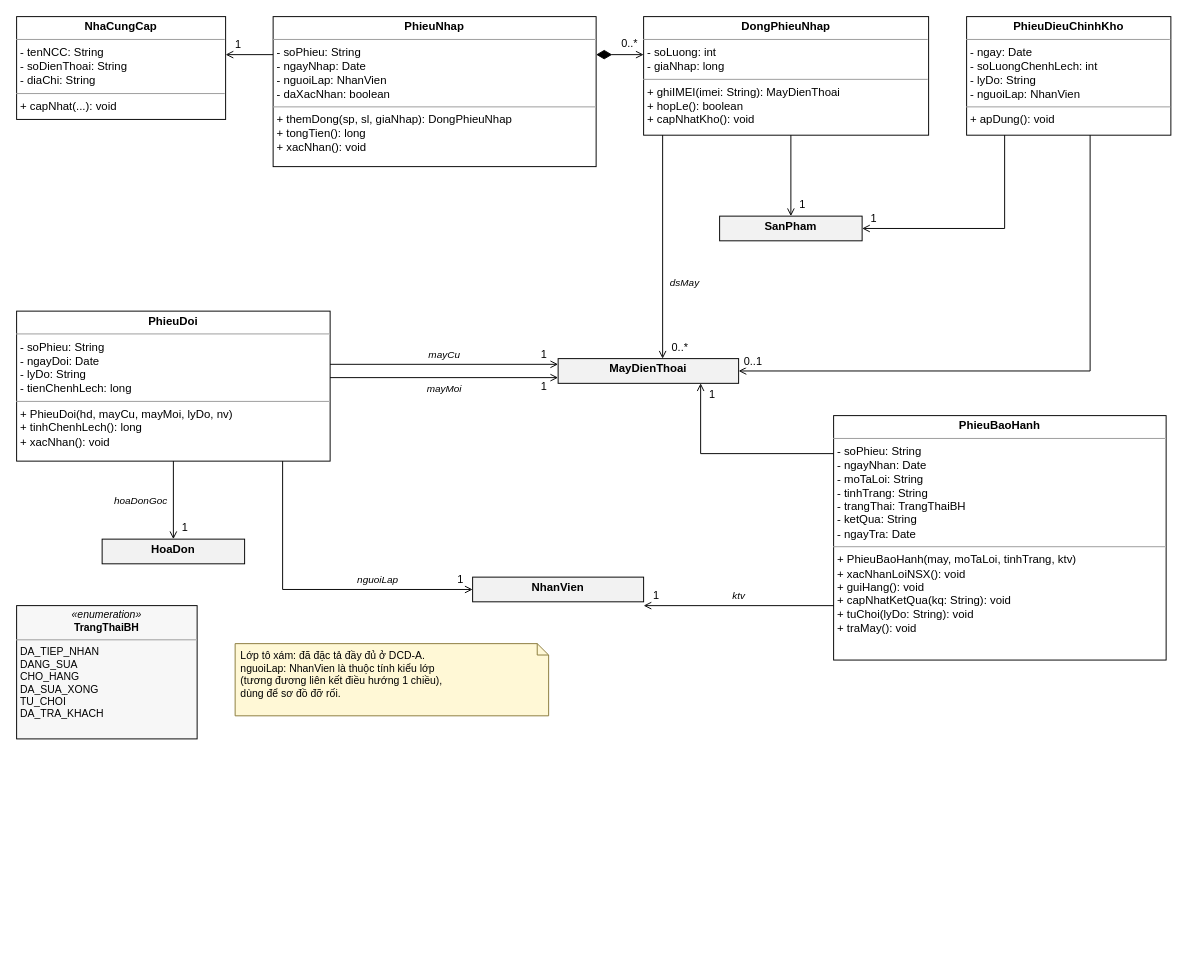
This is SoDo/10_DCD_NhapHang_SauBan.drawio from trungkien1407/OOP, a draw.io file, before an edit. Source tidied: cells renumbered, new cells numbered last; positions are measured from the earlier drawing's top-left corner, leaving out a move shared by most shapes. Both pictures are drawn from the tidied source at 95%, with x=0, y=0 at pixel (16, 16).
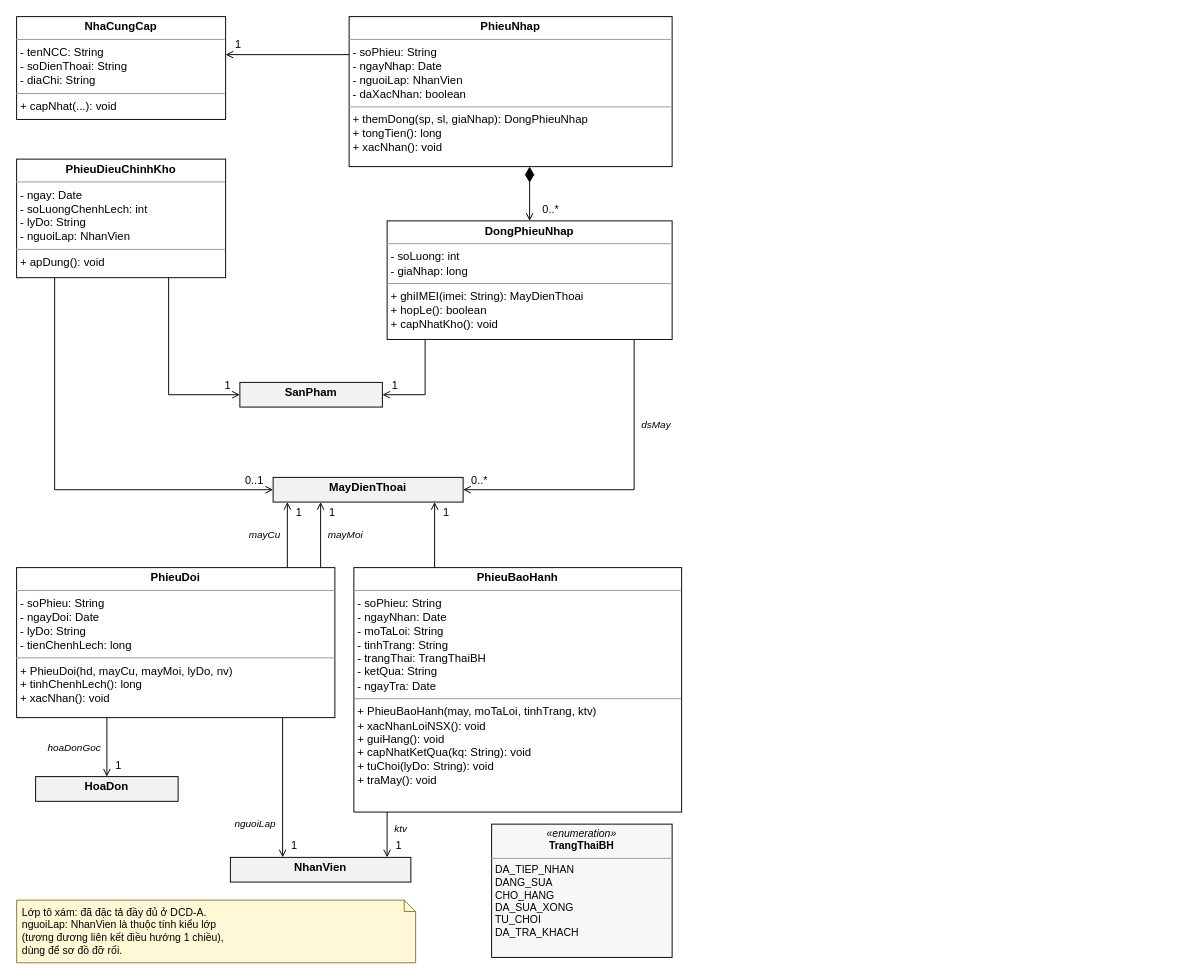
The same page after the edit.

Change to the diagram source:
```diff
@@
     <mxCell id="3" value="&lt;p style=&quot;margin:0px;margin-top:4px;text-align:center;&quot;&gt;&lt;b&gt;PhieuNhap&lt;/b&gt;&lt;/p&gt;&lt;hr size=&quot;1&quot;&gt;&lt;p style=&quot;margin:0px;margin-left:4px;&quot;&gt;- soPhieu: String&lt;br&gt;- ngayNhap: Date&lt;br&gt;- nguoiLap: NhanVien&lt;br&gt;- daXacNhan: boolean&lt;/p&gt;&lt;hr size=&quot;1&quot;&gt;&lt;p style=&quot;margin:0px;margin-left:4px;&quot;&gt;+ themDong(sp, sl, giaNhap): DongPhieuNhap&lt;br&gt;+ tongTien(): long&lt;br&gt;+ xacNhan(): void&lt;/p&gt;" style="verticalAlign=top;align=left;overflow=fill;html=1;whiteSpace=wrap;fontSize=12;fillColor=#fff;" parent="1" vertex="1">
-      <mxGeometry x="270" width="340" height="157.9" as="geometry" />
+      <mxGeometry x="350" width="340" height="157.9" as="geometry" />
     </mxCell>
     <mxCell id="4" value="&lt;p style=&quot;margin:0px;margin-top:4px;text-align:center;&quot;&gt;&lt;b&gt;DongPhieuNhap&lt;/b&gt;&lt;/p&gt;&lt;hr size=&quot;1&quot;&gt;&lt;p style=&quot;margin:0px;margin-left:4px;&quot;&gt;- soLuong: int&lt;br&gt;- giaNhap: long&lt;/p&gt;&lt;hr size=&quot;1&quot;&gt;&lt;p style=&quot;margin:0px;margin-left:4px;&quot;&gt;+ ghiIMEI(imei: String): MayDienThoai&lt;br&gt;+ hopLe(): boolean&lt;br&gt;+ capNhatKho(): void&lt;/p&gt;" style="verticalAlign=top;align=left;overflow=fill;html=1;whiteSpace=wrap;fontSize=12;fillColor=#fff;" parent="1" vertex="1">
-      <mxGeometry x="660" width="300" height="124.8" as="geometry" />
+      <mxGeometry x="390" y="215" width="300" height="124.8" as="geometry" />
     </mxCell>
     <mxCell id="5" value="&lt;p style=&quot;margin:0px;margin-top:4px;text-align:center;&quot;&gt;&lt;b&gt;PhieuDieuChinhKho&lt;/b&gt;&lt;/p&gt;&lt;hr size=&quot;1&quot;&gt;&lt;p style=&quot;margin:0px;margin-left:4px;&quot;&gt;- ngay: Date&lt;br&gt;- soLuongChenhLech: int&lt;br&gt;- lyDo: String&lt;br&gt;- nguoiLap: NhanVien&lt;/p&gt;&lt;hr size=&quot;1&quot;&gt;&lt;p style=&quot;margin:0px;margin-left:4px;&quot;&gt;+ apDung(): void&lt;/p&gt;" style="verticalAlign=top;align=left;overflow=fill;html=1;whiteSpace=wrap;fontSize=12;fillColor=#fff;" parent="1" vertex="1">
-      <mxGeometry x="1000" width="215" height="124.8" as="geometry" />
+      <mxGeometry y="150" width="220" height="124.8" as="geometry" />
     </mxCell>
     <mxCell id="6" value="&lt;p style=&quot;margin:0px;margin-top:4px;text-align:center;&quot;&gt;&lt;b&gt;SanPham&lt;/b&gt;&lt;/p&gt;" style="verticalAlign=top;align=left;overflow=fill;html=1;whiteSpace=wrap;fontSize=12;fillColor=#F2F2F2;" parent="1" vertex="1">
-      <mxGeometry x="740" y="210" width="150" height="26" as="geometry" />
+      <mxGeometry x="235" y="385" width="150" height="26" as="geometry" />
     </mxCell>
     <mxCell id="7" value="&lt;p style=&quot;margin:0px;margin-top:4px;text-align:center;&quot;&gt;&lt;b&gt;MayDienThoai&lt;/b&gt;&lt;/p&gt;" style="verticalAlign=top;align=left;overflow=fill;html=1;whiteSpace=wrap;fontSize=12;fillColor=#F2F2F2;" parent="1" vertex="1">
-      <mxGeometry x="570" y="360" width="190" height="26" as="geometry" />
+      <mxGeometry x="270" y="485" width="200" height="26" as="geometry" />
     </mxCell>
     <mxCell id="8" value="&lt;p style=&quot;margin:0px;margin-top:4px;text-align:center;&quot;&gt;&lt;b&gt;PhieuDoi&lt;/b&gt;&lt;/p&gt;&lt;hr size=&quot;1&quot;&gt;&lt;p style=&quot;margin:0px;margin-left:4px;&quot;&gt;- soPhieu: String&lt;br&gt;- ngayDoi: Date&lt;br&gt;- lyDo: String&lt;br&gt;- tienChenhLech: long&lt;/p&gt;&lt;hr size=&quot;1&quot;&gt;&lt;p style=&quot;margin:0px;margin-left:4px;&quot;&gt;+ PhieuDoi(hd, mayCu, mayMoi, lyDo, nv)&lt;br&gt;+ tinhChenhLech(): long&lt;br&gt;+ xacNhan(): void&lt;/p&gt;" style="verticalAlign=top;align=left;overflow=fill;html=1;whiteSpace=wrap;fontSize=12;fillColor=#fff;" parent="1" vertex="1">
-      <mxGeometry y="310" width="330" height="157.9" as="geometry" />
+      <mxGeometry y="580" width="335" height="157.9" as="geometry" />
     </mxCell>
-    <mxCell id="9" value="&lt;p style=&quot;margin:0px;margin-top:4px;text-align:center;&quot;&gt;&lt;b&gt;HoaDon&lt;/b&gt;&lt;/p&gt;" style="verticalAlign=top;align=left;overflow=fill;html=1;whiteSpace=wrap;fontSize=12;fillColor=#F2F2F2;" parent="1" vertex="1">
-      <mxGeometry x="90" y="550" width="150" height="26" as="geometry" />
+    <mxCell id="9" value="&lt;p style=&quot;margin:0px;margin-top:4px;text-align:center;&quot;&gt;&lt;b&gt;PhieuBaoHanh&lt;/b&gt;&lt;/p&gt;&lt;hr size=&quot;1&quot;&gt;&lt;p style=&quot;margin:0px;margin-left:4px;&quot;&gt;- soPhieu: String&lt;br&gt;- ngayNhan: Date&lt;br&gt;- moTaLoi: String&lt;br&gt;- tinhTrang: String&lt;br&gt;- trangThai: TrangThaiBH&lt;br&gt;- ketQua: String&lt;br&gt;- ngayTra: Date&lt;/p&gt;&lt;hr size=&quot;1&quot;&gt;&lt;p style=&quot;margin:0px;margin-left:4px;&quot;&gt;+ PhieuBaoHanh(may, moTaLoi, tinhTrang, ktv)&lt;br&gt;+ xacNhanLoiNSX(): void&lt;br&gt;+ guiHang(): void&lt;br&gt;+ capNhatKetQua(kq: String): void&lt;br&gt;+ tuChoi(lyDo: String): void&lt;br&gt;+ traMay(): void&lt;/p&gt;" style="verticalAlign=top;align=left;overflow=fill;html=1;whiteSpace=wrap;fontSize=12;fillColor=#fff;" parent="1" vertex="1">
+      <mxGeometry x="355" y="580" width="345" height="257.3" as="geometry" />
     </mxCell>
-    <mxCell id="10" value="&lt;p style=&quot;margin:0px;margin-top:4px;text-align:center;&quot;&gt;&lt;b&gt;NhanVien&lt;/b&gt;&lt;/p&gt;" style="verticalAlign=top;align=left;overflow=fill;html=1;whiteSpace=wrap;fontSize=12;fillColor=#F2F2F2;" parent="1" vertex="1">
-      <mxGeometry x="480" y="590" width="180" height="26" as="geometry" />
+    <mxCell id="10" value="&lt;p style=&quot;margin:0px;margin-top:4px;text-align:center;&quot;&gt;&lt;b&gt;HoaDon&lt;/b&gt;&lt;/p&gt;" style="verticalAlign=top;align=left;overflow=fill;html=1;whiteSpace=wrap;fontSize=12;fillColor=#F2F2F2;" parent="1" vertex="1">
+      <mxGeometry x="20" y="800" width="150" height="26" as="geometry" />
     </mxCell>
-    <mxCell id="11" value="&lt;p style=&quot;margin:0px;margin-top:4px;text-align:center;&quot;&gt;&lt;b&gt;PhieuBaoHanh&lt;/b&gt;&lt;/p&gt;&lt;hr size=&quot;1&quot;&gt;&lt;p style=&quot;margin:0px;margin-left:4px;&quot;&gt;- soPhieu: String&lt;br&gt;- ngayNhan: Date&lt;br&gt;- moTaLoi: String&lt;br&gt;- tinhTrang: String&lt;br&gt;- trangThai: TrangThaiBH&lt;br&gt;- ketQua: String&lt;br&gt;- ngayTra: Date&lt;/p&gt;&lt;hr size=&quot;1&quot;&gt;&lt;p style=&quot;margin:0px;margin-left:4px;&quot;&gt;+ PhieuBaoHanh(may, moTaLoi, tinhTrang, ktv)&lt;br&gt;+ xacNhanLoiNSX(): void&lt;br&gt;+ guiHang(): void&lt;br&gt;+ capNhatKetQua(kq: String): void&lt;br&gt;+ tuChoi(lyDo: String): void&lt;br&gt;+ traMay(): void&lt;/p&gt;" style="verticalAlign=top;align=left;overflow=fill;html=1;whiteSpace=wrap;fontSize=12;fillColor=#fff;" parent="1" vertex="1">
-      <mxGeometry x="860" y="420" width="350" height="257.3" as="geometry" />
+    <mxCell id="11" value="&lt;p style=&quot;margin:0px;margin-top:4px;text-align:center;&quot;&gt;&lt;b&gt;NhanVien&lt;/b&gt;&lt;/p&gt;" style="verticalAlign=top;align=left;overflow=fill;html=1;whiteSpace=wrap;fontSize=12;fillColor=#F2F2F2;" parent="1" vertex="1">
+      <mxGeometry x="225" y="885" width="190" height="26" as="geometry" />
     </mxCell>
     <mxCell id="12" style="html=1;rounded=0;endArrow=open;endFill=0;startArrow=none;" parent="1" edge="1">
       <mxGeometry relative="1" as="geometry">
-        <mxPoint x="270" y="40" as="sourcePoint" />
+        <mxPoint x="350" y="40" as="sourcePoint" />
         <mxPoint x="220" y="40" as="targetPoint" />
       </mxGeometry>
     </mxCell>
@@
     <mxCell id="14" style="html=1;rounded=0;endArrow=open;endFill=0;startArrow=diamondThin;startFill=1;startSize=14;" parent="1" edge="1">
       <mxGeometry relative="1" as="geometry">
-        <mxPoint x="610" y="40" as="sourcePoint" />
-        <mxPoint x="660" y="40" as="targetPoint" />
+        <mxPoint x="540" y="157.9" as="sourcePoint" />
+        <mxPoint x="540" y="215" as="targetPoint" />
       </mxGeometry>
     </mxCell>
     <mxCell id="15" value="0..*" style="text;html=1;align=center;verticalAlign=middle;fontSize=11.5;spacing=0;labelBackgroundColor=#ffffff;" parent="1" vertex="1">
-      <mxGeometry x="631" y="18.8" width="28" height="18.4" as="geometry" />
+      <mxGeometry x="548" y="193.8" width="28" height="18.4" as="geometry" />
     </mxCell>
     <mxCell id="16" style="html=1;rounded=0;endArrow=open;endFill=0;startArrow=none;" parent="1" edge="1">
       <mxGeometry relative="1" as="geometry">
-        <mxPoint x="815" y="124.8" as="sourcePoint" />
-        <mxPoint x="815" y="210" as="targetPoint" />
+        <mxPoint x="430" y="339.8" as="sourcePoint" />
+        <mxPoint x="385" y="398" as="targetPoint" />
+        <Array as="points">
+          <mxPoint x="430" y="398" />
+        </Array>
       </mxGeometry>
     </mxCell>
     <mxCell id="17" value="1" style="text;html=1;align=center;verticalAlign=middle;fontSize=11.5;spacing=0;labelBackgroundColor=#ffffff;" parent="1" vertex="1">
-      <mxGeometry x="819.8" y="188.8" width="14.3" height="18.4" as="geometry" />
+      <mxGeometry x="390.8" y="378.8" width="14.3" height="18.4" as="geometry" />
     </mxCell>
     <mxCell id="18" style="html=1;rounded=0;endArrow=open;endFill=0;startArrow=none;" parent="1" edge="1">
       <mxGeometry relative="1" as="geometry">
-        <mxPoint x="680" y="124.8" as="sourcePoint" />
-        <mxPoint x="680" y="360" as="targetPoint" />
+        <mxPoint x="650" y="339.8" as="sourcePoint" />
+        <mxPoint x="470" y="498" as="targetPoint" />
+        <Array as="points">
+          <mxPoint x="650" y="498" />
+        </Array>
       </mxGeometry>
     </mxCell>
     <mxCell id="19" value="0..*" style="text;html=1;align=center;verticalAlign=middle;fontSize=11.5;spacing=0;labelBackgroundColor=#ffffff;" parent="1" vertex="1">
-      <mxGeometry x="684" y="338.8" width="28" height="18.4" as="geometry" />
+      <mxGeometry x="473" y="478.8" width="28" height="18.4" as="geometry" />
     </mxCell>
-    <mxCell id="20" value="dsMay" style="text;html=1;align=left;verticalAlign=middle;fontSize=10.5;spacing=0;fontStyle=2;" parent="1" vertex="1">
-      <mxGeometry x="688" y="271.4" width="40" height="17.1" as="geometry" />
+    <mxCell id="20" value="dsMay" style="text;html=1;align=left;verticalAlign=middle;fontSize=10.5;spacing=0;fontStyle=2;labelBackgroundColor=#ffffff;" parent="1" vertex="1">
+      <mxGeometry x="658" y="421.4" width="40" height="17.1" as="geometry" />
     </mxCell>
     <mxCell id="21" style="html=1;rounded=0;endArrow=open;endFill=0;startArrow=none;" parent="1" edge="1">
       <mxGeometry relative="1" as="geometry">
-        <mxPoint x="1040" y="124.8" as="sourcePoint" />
-        <mxPoint x="890" y="223" as="targetPoint" />
+        <mxPoint x="160" y="274.8" as="sourcePoint" />
+        <mxPoint x="235" y="398" as="targetPoint" />
         <Array as="points">
-          <mxPoint x="1040" y="223" />
+          <mxPoint x="160" y="398" />
         </Array>
       </mxGeometry>
     </mxCell>
     <mxCell id="22" value="1" style="text;html=1;align=center;verticalAlign=middle;fontSize=11.5;spacing=0;labelBackgroundColor=#ffffff;" parent="1" vertex="1">
-      <mxGeometry x="894.8" y="203.8" width="14.3" height="18.4" as="geometry" />
+      <mxGeometry x="214.8" y="378.8" width="14.3" height="18.4" as="geometry" />
     </mxCell>
     <mxCell id="23" style="html=1;rounded=0;endArrow=open;endFill=0;startArrow=none;" parent="1" edge="1">
       <mxGeometry relative="1" as="geometry">
-        <mxPoint x="1130" y="124.8" as="sourcePoint" />
-        <mxPoint x="760" y="373" as="targetPoint" />
+        <mxPoint x="40" y="274.8" as="sourcePoint" />
+        <mxPoint x="270" y="498" as="targetPoint" />
         <Array as="points">
-          <mxPoint x="1130" y="373" />
+          <mxPoint x="40" y="498" />
         </Array>
       </mxGeometry>
     </mxCell>
     <mxCell id="24" value="0..1" style="text;html=1;align=center;verticalAlign=middle;fontSize=11.5;spacing=0;labelBackgroundColor=#ffffff;" parent="1" vertex="1">
-      <mxGeometry x="761" y="353.8" width="28" height="18.4" as="geometry" />
+      <mxGeometry x="236" y="478.8" width="28" height="18.4" as="geometry" />
     </mxCell>
     <mxCell id="25" style="html=1;rounded=0;endArrow=open;endFill=0;startArrow=none;" parent="1" edge="1">
       <mxGeometry relative="1" as="geometry">
-        <mxPoint x="330" y="366" as="sourcePoint" />
-        <mxPoint x="570" y="366" as="targetPoint" />
+        <mxPoint x="285" y="580" as="sourcePoint" />
+        <mxPoint x="285" y="511" as="targetPoint" />
       </mxGeometry>
     </mxCell>
     <mxCell id="26" value="1" style="text;html=1;align=center;verticalAlign=middle;fontSize=11.5;spacing=0;labelBackgroundColor=#ffffff;" parent="1" vertex="1">
-      <mxGeometry x="547.8" y="346.8" width="14.3" height="18.4" as="geometry" />
+      <mxGeometry x="289.8" y="512.8" width="14.3" height="18.4" as="geometry" />
     </mxCell>
-    <mxCell id="27" value="mayCu" style="text;html=1;align=center;verticalAlign=middle;fontSize=10.5;spacing=0;fontStyle=2;" parent="1" vertex="1">
-      <mxGeometry x="429.3" y="347.4" width="41.4" height="17.1" as="geometry" />
+    <mxCell id="27" value="mayCu" style="text;html=1;align=right;verticalAlign=middle;fontSize=10.5;spacing=0;fontStyle=2;labelBackgroundColor=#ffffff;" parent="1" vertex="1">
+      <mxGeometry x="235.6" y="536.4" width="41.4" height="17.1" as="geometry" />
     </mxCell>
     <mxCell id="28" style="html=1;rounded=0;endArrow=open;endFill=0;startArrow=none;" parent="1" edge="1">
       <mxGeometry relative="1" as="geometry">
-        <mxPoint x="330" y="380" as="sourcePoint" />
-        <mxPoint x="570" y="380" as="targetPoint" />
+        <mxPoint x="320" y="580" as="sourcePoint" />
+        <mxPoint x="320" y="511" as="targetPoint" />
       </mxGeometry>
     </mxCell>
     <mxCell id="29" value="1" style="text;html=1;align=center;verticalAlign=middle;fontSize=11.5;spacing=0;labelBackgroundColor=#ffffff;" parent="1" vertex="1">
-      <mxGeometry x="547.8" y="380.8" width="14.3" height="18.4" as="geometry" />
+      <mxGeometry x="324.8" y="512.8" width="14.3" height="18.4" as="geometry" />
     </mxCell>
-    <mxCell id="30" value="mayMoi" style="text;html=1;align=center;verticalAlign=middle;fontSize=10.5;spacing=0;fontStyle=2;" parent="1" vertex="1">
-      <mxGeometry x="426.7" y="383.4" width="46.5" height="17.1" as="geometry" />
+    <mxCell id="30" value="mayMoi" style="text;html=1;align=left;verticalAlign=middle;fontSize=10.5;spacing=0;fontStyle=2;labelBackgroundColor=#ffffff;" parent="1" vertex="1">
+      <mxGeometry x="328" y="536.4" width="46.5" height="17.1" as="geometry" />
     </mxCell>
     <mxCell id="31" style="html=1;rounded=0;endArrow=open;endFill=0;startArrow=none;" parent="1" edge="1">
       <mxGeometry relative="1" as="geometry">
-        <mxPoint x="165" y="467.9" as="sourcePoint" />
-        <mxPoint x="165" y="550" as="targetPoint" />
+        <mxPoint x="440" y="580" as="sourcePoint" />
+        <mxPoint x="440" y="511" as="targetPoint" />
       </mxGeometry>
     </mxCell>
     <mxCell id="32" value="1" style="text;html=1;align=center;verticalAlign=middle;fontSize=11.5;spacing=0;labelBackgroundColor=#ffffff;" parent="1" vertex="1">
-      <mxGeometry x="169.8" y="528.8" width="14.3" height="18.4" as="geometry" />
+      <mxGeometry x="444.8" y="512.8" width="14.3" height="18.4" as="geometry" />
     </mxCell>
-    <mxCell id="33" value="hoaDonGoc" style="text;html=1;align=right;verticalAlign=middle;fontSize=10.5;spacing=0;fontStyle=2;" parent="1" vertex="1">
-      <mxGeometry x="95.3" y="501.4" width="62.7" height="17.1" as="geometry" />
+    <mxCell id="33" style="html=1;rounded=0;endArrow=open;endFill=0;startArrow=none;" parent="1" edge="1">
+      <mxGeometry relative="1" as="geometry">
+        <mxPoint x="95" y="737.9" as="sourcePoint" />
+        <mxPoint x="95" y="800" as="targetPoint" />
+      </mxGeometry>
     </mxCell>
-    <mxCell id="34" style="html=1;rounded=0;endArrow=open;endFill=0;startArrow=none;" parent="1" edge="1">
-      <mxGeometry relative="1" as="geometry">
-        <mxPoint x="280" y="467.9" as="sourcePoint" />
-        <mxPoint x="480" y="603" as="targetPoint" />
-        <Array as="points">
-          <mxPoint x="280" y="603" />
-        </Array>
-      </mxGeometry>
+    <mxCell id="34" value="1" style="text;html=1;align=center;verticalAlign=middle;fontSize=11.5;spacing=0;labelBackgroundColor=#ffffff;" parent="1" vertex="1">
+      <mxGeometry x="99.8" y="778.8" width="14.3" height="18.4" as="geometry" />
     </mxCell>
-    <mxCell id="35" value="1" style="text;html=1;align=center;verticalAlign=middle;fontSize=11.5;spacing=0;labelBackgroundColor=#ffffff;" parent="1" vertex="1">
-      <mxGeometry x="459.8" y="583.8" width="14.3" height="18.4" as="geometry" />
+    <mxCell id="35" value="hoaDonGoc" style="text;html=1;align=right;verticalAlign=middle;fontSize=10.5;spacing=0;fontStyle=2;labelBackgroundColor=#ffffff;" parent="1" vertex="1">
+      <mxGeometry x="25.3" y="761.4" width="62.7" height="17.1" as="geometry" />
     </mxCell>
-    <mxCell id="36" value="nguoiLap" style="text;html=1;align=center;verticalAlign=middle;fontSize=10.5;spacing=0;fontStyle=2;" parent="1" vertex="1">
-      <mxGeometry x="353.4" y="584.4" width="53.1" height="17.1" as="geometry" />
+    <mxCell id="36" style="html=1;rounded=0;endArrow=open;endFill=0;startArrow=none;" parent="1" edge="1">
+      <mxGeometry relative="1" as="geometry">
+        <mxPoint x="280" y="737.9" as="sourcePoint" />
+        <mxPoint x="280" y="885" as="targetPoint" />
+      </mxGeometry>
     </mxCell>
-    <mxCell id="37" style="html=1;rounded=0;endArrow=open;endFill=0;startArrow=none;" parent="1" edge="1">
-      <mxGeometry relative="1" as="geometry">
-        <mxPoint x="860" y="460" as="sourcePoint" />
-        <mxPoint x="720" y="386" as="targetPoint" />
-        <Array as="points">
-          <mxPoint x="720" y="460" />
-        </Array>
-      </mxGeometry>
+    <mxCell id="37" value="1" style="text;html=1;align=center;verticalAlign=middle;fontSize=11.5;spacing=0;labelBackgroundColor=#ffffff;" parent="1" vertex="1">
+      <mxGeometry x="284.8" y="863.8" width="14.3" height="18.4" as="geometry" />
     </mxCell>
-    <mxCell id="38" value="1" style="text;html=1;align=center;verticalAlign=middle;fontSize=11.5;spacing=0;labelBackgroundColor=#ffffff;" parent="1" vertex="1">
-      <mxGeometry x="724.8" y="388.8" width="14.3" height="18.4" as="geometry" />
+    <mxCell id="38" value="nguoiLap" style="text;html=1;align=right;verticalAlign=middle;fontSize=10.5;spacing=0;fontStyle=2;labelBackgroundColor=#ffffff;" parent="1" vertex="1">
+      <mxGeometry x="218.8" y="841.4" width="53.1" height="17.1" as="geometry" />
     </mxCell>
     <mxCell id="39" style="html=1;rounded=0;endArrow=open;endFill=0;startArrow=none;" parent="1" edge="1">
       <mxGeometry relative="1" as="geometry">
-        <mxPoint x="860" y="620" as="sourcePoint" />
-        <mxPoint x="660" y="620" as="targetPoint" />
+        <mxPoint x="390" y="837.3" as="sourcePoint" />
+        <mxPoint x="390" y="885" as="targetPoint" />
       </mxGeometry>
     </mxCell>
     <mxCell id="40" value="1" style="text;html=1;align=center;verticalAlign=middle;fontSize=11.5;spacing=0;labelBackgroundColor=#ffffff;" parent="1" vertex="1">
-      <mxGeometry x="665.8" y="600.8" width="14.3" height="18.4" as="geometry" />
+      <mxGeometry x="394.8" y="863.8" width="14.3" height="18.4" as="geometry" />
     </mxCell>
-    <mxCell id="41" value="ktv" style="text;html=1;align=center;verticalAlign=middle;fontSize=10.5;spacing=0;fontStyle=2;" parent="1" vertex="1">
-      <mxGeometry x="747.3" y="601.4" width="25.3" height="17.1" as="geometry" />
+    <mxCell id="41" value="ktv" style="text;html=1;align=left;verticalAlign=middle;fontSize=10.5;spacing=0;fontStyle=2;labelBackgroundColor=#ffffff;" parent="1" vertex="1">
+      <mxGeometry x="398" y="846.4" width="25.3" height="17.1" as="geometry" />
     </mxCell>
     <mxCell id="42" value="&lt;p style=&quot;margin:0px;margin-top:4px;text-align:center;&quot;&gt;&lt;i&gt;&amp;laquo;enumeration&amp;raquo;&lt;/i&gt;&lt;br&gt;&lt;b&gt;TrangThaiBH&lt;/b&gt;&lt;/p&gt;&lt;hr size=&quot;1&quot;&gt;&lt;p style=&quot;margin:0px;margin-left:4px;&quot;&gt;DA_TIEP_NHAN&lt;br&gt;DANG_SUA&lt;br&gt;CHO_HANG&lt;br&gt;DA_SUA_XONG&lt;br&gt;TU_CHOI&lt;br&gt;DA_TRA_KHACH&lt;/p&gt;" style="verticalAlign=top;align=left;overflow=fill;html=1;whiteSpace=wrap;fontSize=11;fillColor=#F7F7F7;" parent="1" vertex="1">
-      <mxGeometry y="620" width="190" height="140.3" as="geometry" />
+      <mxGeometry x="500" y="850" width="190" height="140.3" as="geometry" />
     </mxCell>
     <mxCell id="43" value="Lớp tô xám: đã đặc tả đầy đủ ở DCD-A.&lt;br&gt;nguoiLap: NhanVien là thuộc tính kiểu lớp&lt;br&gt;(tương đương liên kết điều hướng 1 chiều),&lt;br&gt;dùng để sơ đồ đỡ rối." style="shape=note;whiteSpace=wrap;html=1;size=12;align=left;verticalAlign=top;spacingLeft=4;fillColor=#FFF8D6;strokeColor=#8a7a3a;fontSize=11;" parent="1" vertex="1">
-      <mxGeometry x="230" y="660" width="330" height="76" as="geometry" />
+      <mxGeometry y="930" width="420" height="66" as="geometry" />
     </mxCell>
```
